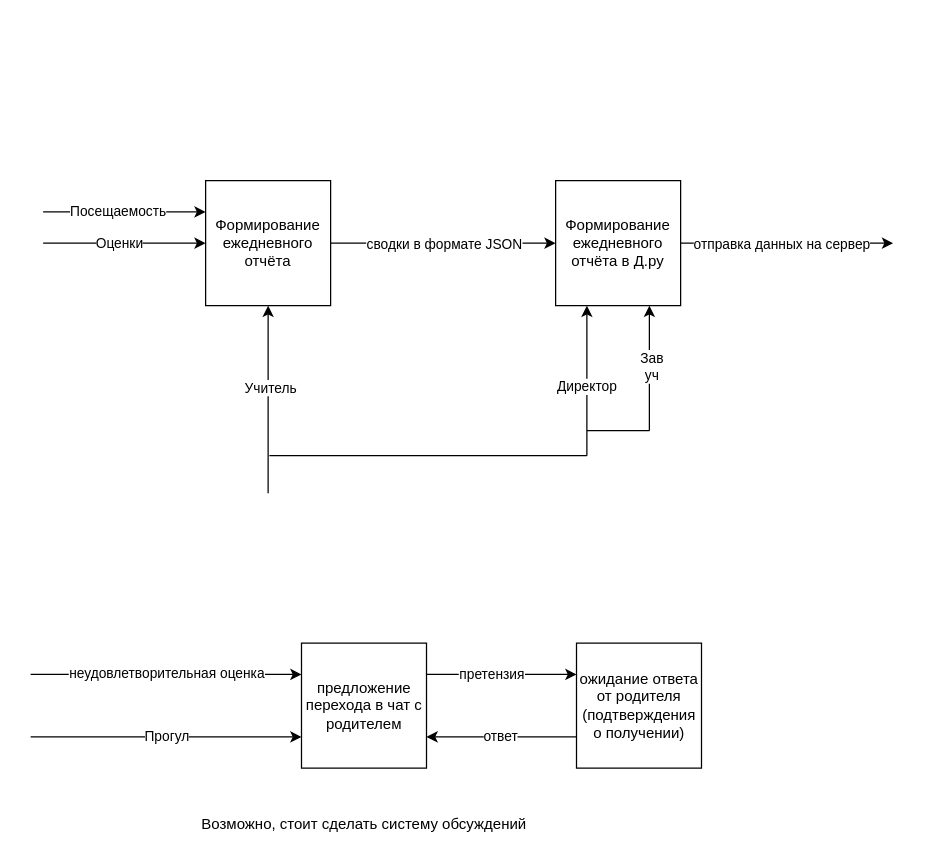
Earlier version of the draw.io diagram Диаграмма без названия.drawio (DestructibleCoder/T-Bank). Source tidied: cells renumbered, new cells numbered last; positions are measured from the earlier drawing's top-left corner, leaving out a move shared by most shapes. Both pictures are drawn from the tidied source at 125%, with x=0, y=0 at pixel (30, 180).
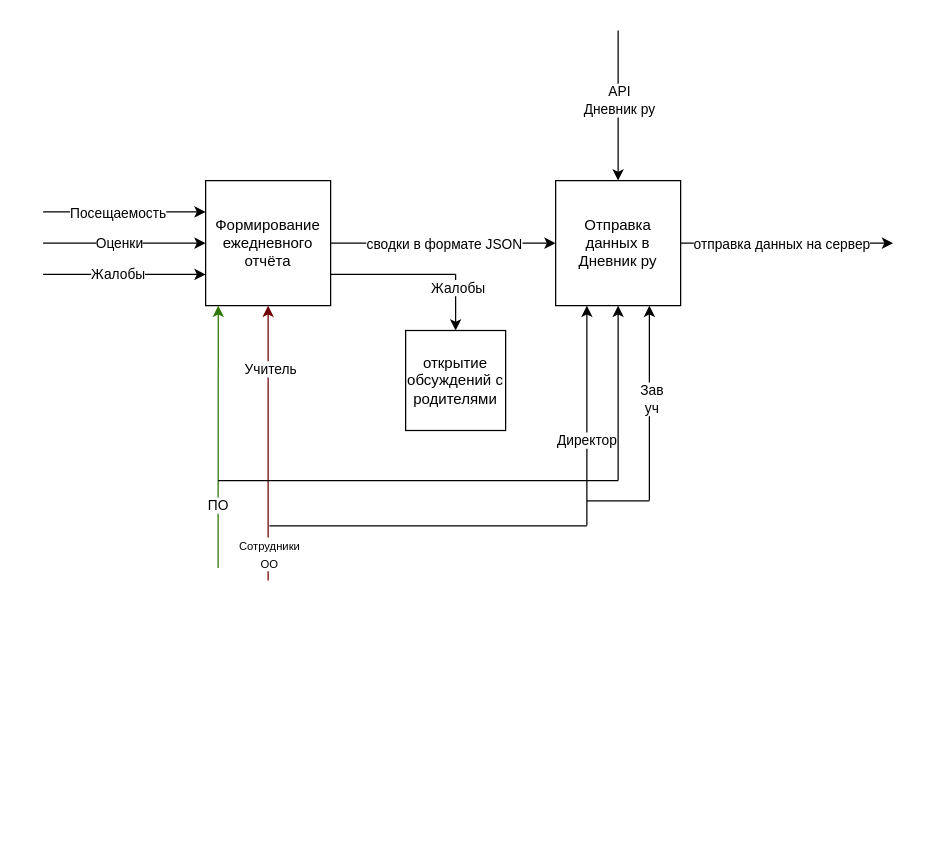
The same page after the edit.

The change refers to these unchanged cells:
```xml
<mxCell id="2" value="Формирование ежедневного отчёта" style="whiteSpace=wrap;html=1;" parent="1" vertex="1">
  <mxGeometry x="140" width="100" height="100" as="geometry" />
</mxCell>
```

Diff of the diagram source:
```diff
@@
-    <mxCell id="3" value="Формирование ежедневного отчёта в Д.ру" style="whiteSpace=wrap;html=1;" parent="1" vertex="1">
+    <mxCell id="3" value="Отправка данных в Дневник ру" style="whiteSpace=wrap;html=1;" parent="1" vertex="1">
       <mxGeometry x="420" width="100" height="100" as="geometry" />
     </mxCell>
@@
-    <mxCell id="10" style="endArrow=classic;html=1;rounded=0;entryX=0.5;entryY=1;entryDx=0;entryDy=0;" parent="1" edge="1" target="2">
+    <mxCell id="10" style="endArrow=classic;html=1;rounded=0;entryX=0.5;entryY=1;entryDx=0;entryDy=0;fillColor=#a20025;strokeColor=light-dark(#6F0000,#FF0000);" parent="1" edge="1" target="2">
       <mxGeometry relative="1" as="geometry">
-        <mxPoint x="190" y="250" as="sourcePoint" />
+        <mxPoint x="190" y="319.9" as="sourcePoint" />
       </mxGeometry>
     </mxCell>
     <mxCell id="11" value="Учитель" style="edgeLabel;html=1;align=center;verticalAlign=middle;" parent="10" vertex="1">
-      <mxGeometry x="0.13" y="-1" relative="1" as="geometry" />
+      <mxGeometry x="0.13" y="-1" relative="1" as="geometry">
+        <mxPoint y="-45" as="offset" />
+      </mxGeometry>
     </mxCell>
+    <mxCell id="31" value="&lt;div&gt;&lt;font style=&quot;font-size: 9px;&quot;&gt;Сотрудники&lt;/font&gt;&lt;/div&gt;&lt;div&gt;&lt;font style=&quot;font-size: 9px;&quot;&gt;ОО&lt;/font&gt;&lt;/div&gt;" style="edgeLabel;html=1;align=center;verticalAlign=middle;" parent="10" vertex="1">
+      <mxGeometry x="-0.8" relative="1" as="geometry">
+        <mxPoint y="1" as="offset" />
+      </mxGeometry>
+    </mxCell>
-    <mxCell id="12" style="endArrow=classic;html=1;rounded=0;entryX=0.25;entryY=1;entryDx=0;entryDy=0;" parent="1" edge="1" target="3">
+    <mxCell id="12" style="endArrow=classic;html=1;rounded=0;entryX=0.25;entryY=1;entryDx=0;entryDy=0;strokeColor=light-dark(#000000,#FF0000);" parent="1" edge="1" target="3">
       <mxGeometry relative="1" as="geometry">
-        <mxPoint x="445" y="220" as="sourcePoint" />
+        <mxPoint x="445" y="275.9" as="sourcePoint" />
       </mxGeometry>
     </mxCell>
     <mxCell id="13" value="Директор" style="edgeLabel;html=1;align=center;verticalAlign=middle;" parent="12" vertex="1">
-      <mxGeometry x="-0.06" y="1" relative="1" as="geometry" />
+      <mxGeometry x="-0.06" y="1" relative="1" as="geometry">
+        <mxPoint y="15" as="offset" />
+      </mxGeometry>
     </mxCell>
-    <mxCell id="14" style="endArrow=none;html=1;rounded=0;" parent="1" edge="1">
+    <mxCell id="14" style="endArrow=none;html=1;rounded=0;strokeColor=light-dark(#000000,#FF0000);" parent="1" edge="1">
       <mxGeometry relative="1" as="geometry">
-        <mxPoint x="445" y="220" as="sourcePoint" />
-        <mxPoint x="191" y="220" as="targetPoint" />
+        <mxPoint x="445" y="276.1" as="sourcePoint" />
+        <mxPoint x="191" y="276.1" as="targetPoint" />
         <Array as="points">
-          <mxPoint x="320" y="220" />
+          <mxPoint x="320" y="276.1" />
         </Array>
       </mxGeometry>
     </mxCell>
-    <mxCell id="15" style="endArrow=none;html=1;rounded=0;" parent="1" edge="1">
+    <mxCell id="15" style="endArrow=none;html=1;rounded=0;strokeColor=light-dark(#000000,#FF0000);" parent="1" edge="1">
       <mxGeometry relative="1" as="geometry">
-        <mxPoint x="445" y="200" as="sourcePoint" />
-        <mxPoint x="495" y="200" as="targetPoint" />
+        <mxPoint x="445" y="256.1" as="sourcePoint" />
+        <mxPoint x="495" y="256.1" as="targetPoint" />
         <Array as="points">
-          <mxPoint x="465" y="200" />
+          <mxPoint x="465" y="256.1" />
         </Array>
       </mxGeometry>
     </mxCell>
-    <mxCell id="16" style="endArrow=classic;html=1;rounded=0;entryX=0.75;entryY=1;entryDx=0;entryDy=0;" parent="1" edge="1" target="3">
+    <mxCell id="16" style="endArrow=classic;html=1;rounded=0;entryX=0.75;entryY=1;entryDx=0;entryDy=0;strokeColor=light-dark(#000000,#FF0000);" parent="1" edge="1" target="3">
       <mxGeometry relative="1" as="geometry">
-        <mxPoint x="495" y="200" as="sourcePoint" />
+        <mxPoint x="495" y="255.9" as="sourcePoint" />
       </mxGeometry>
     </mxCell>
@@
-    <mxCell id="20" value="предложение перехода в чат с родителем" style="whiteSpace=wrap;html=1;" parent="1" vertex="1">
-      <mxGeometry x="216.7" y="370" width="100" height="100" as="geometry" />
-    </mxCell>
-    <mxCell id="21" style="endArrow=classic;html=1;rounded=0;entryX=0;entryY=0.25;entryDx=0;entryDy=0;" parent="1" edge="1" target="20">
-      <mxGeometry relative="1" as="geometry">
-        <mxPoint y="395" as="sourcePoint" />
-      </mxGeometry>
-    </mxCell>
-    <mxCell id="22" value="неудовлетворительная оценка" style="edgeLabel;html=1;align=center;verticalAlign=middle;" parent="21" vertex="1">
-      <mxGeometry x="-0.47" y="-1" relative="1" as="geometry">
-        <mxPoint x="51" y="-3" as="offset" />
-      </mxGeometry>
-    </mxCell>
-    <mxCell id="23" style="endArrow=classic;html=1;rounded=0;entryX=0;entryY=0.75;entryDx=0;entryDy=0;" parent="1" edge="1" target="20">
-      <mxGeometry relative="1" as="geometry">
-        <mxPoint y="445" as="sourcePoint" />
-      </mxGeometry>
-    </mxCell>
-    <mxCell id="24" value="Прогул" style="edgeLabel;html=1;align=center;verticalAlign=middle;" parent="23" vertex="1">
-      <mxGeometry x="-0.17" y="-2" relative="1" as="geometry">
-        <mxPoint x="18" y="-3" as="offset" />
-      </mxGeometry>
-    </mxCell>
-    <mxCell id="25" style="endArrow=classic;html=1;rounded=0;exitX=1;exitY=0.25;exitDx=0;exitDy=0;" parent="1" edge="1" source="20">
-      <mxGeometry relative="1" as="geometry">
-        <mxPoint x="436.7" y="395" as="targetPoint" />
-      </mxGeometry>
-    </mxCell>
-    <mxCell id="26" value="претензия" style="edgeLabel;html=1;align=center;verticalAlign=middle;" parent="25" vertex="1">
-      <mxGeometry x="-0.13" y="1" relative="1" as="geometry" />
-    </mxCell>
-    <mxCell id="27" style="endArrow=classic;html=1;rounded=0;entryX=1;entryY=0.75;entryDx=0;entryDy=0;" parent="1" edge="1" target="20">
-      <mxGeometry relative="1" as="geometry">
-        <mxPoint x="436.7" y="445" as="sourcePoint" />
-      </mxGeometry>
-    </mxCell>
-    <mxCell id="28" value="ответ" style="edgeLabel;html=1;align=center;verticalAlign=middle;" parent="27" vertex="1">
-      <mxGeometry x="0.23" y="2" relative="1" as="geometry">
-        <mxPoint x="13" y="-3" as="offset" />
-      </mxGeometry>
-    </mxCell>
-    <mxCell id="29" value="ожидание ответа от родителя (подтверждения о получении)" style="whiteSpace=wrap;html=1;" parent="1" vertex="1">
-      <mxGeometry x="436.7" y="370" width="100" height="100" as="geometry" />
-    </mxCell>
-    <mxCell id="30" value="Возможно, стоит сделать систему обсуждений" style="text;html=1;align=center;verticalAlign=middle;whiteSpace=wrap;rounded=0;" parent="1" vertex="1">
-      <mxGeometry x="131.7" y="500" width="270" height="30" as="geometry" />
-    </mxCell>
+    <mxCell id="32" style="endArrow=classic;html=1;rounded=0;entryX=0.101;entryY=1;entryDx=0;entryDy=0;entryPerimeter=0;fillColor=#60a917;strokeColor=light-dark(#2D7600,#09B12B);" parent="1" edge="1" target="2">
+      <mxGeometry relative="1" as="geometry">
+        <mxPoint x="150" y="309.9" as="sourcePoint" />
+      </mxGeometry>
+    </mxCell>
+    <mxCell id="33" value="ПО" style="edgeLabel;html=1;align=center;verticalAlign=middle;" parent="32" vertex="1">
+      <mxGeometry x="-0.02" y="1" relative="1" as="geometry">
+        <mxPoint y="53" as="offset" />
+      </mxGeometry>
+    </mxCell>
+    <mxCell id="34" style="endArrow=classic;html=1;rounded=0;entryX=0.5;entryY=1;entryDx=0;entryDy=0;strokeColor=light-dark(#000000,#09B12B);" parent="1" edge="1" target="3">
+      <mxGeometry relative="1" as="geometry">
+        <mxPoint x="470" y="239.9" as="sourcePoint" />
+      </mxGeometry>
+    </mxCell>
+    <mxCell id="35" style="endArrow=none;html=1;rounded=0;strokeColor=light-dark(#000000,#09B12B);" parent="1" edge="1">
+      <mxGeometry relative="1" as="geometry">
+        <mxPoint x="150" y="239.9" as="sourcePoint" />
+        <mxPoint x="470" y="239.9" as="targetPoint" />
+      </mxGeometry>
+    </mxCell>
+    <mxCell id="36" style="endArrow=classic;html=1;rounded=0;entryX=0.5;entryY=0;entryDx=0;entryDy=0;" parent="1" edge="1" target="3">
+      <mxGeometry relative="1" as="geometry">
+        <mxPoint x="470" y="-120.1" as="sourcePoint" />
+      </mxGeometry>
+    </mxCell>
+    <mxCell id="37" value="&lt;div&gt;API&lt;/div&gt;&lt;div&gt;Дневник ру&lt;/div&gt;" style="edgeLabel;html=1;align=center;verticalAlign=middle;" parent="36" vertex="1">
+      <mxGeometry x="0.29" y="-1" relative="1" as="geometry">
+        <mxPoint x="1" y="-21" as="offset" />
+      </mxGeometry>
+    </mxCell>
+    <mxCell id="38" style="endArrow=classic;html=1;rounded=0;entryX=0;entryY=0.75;entryDx=0;entryDy=0;" parent="1" edge="1" target="2">
+      <mxGeometry relative="1" as="geometry">
+        <mxPoint x="10" y="74.9" as="sourcePoint" />
+      </mxGeometry>
+    </mxCell>
+    <mxCell id="39" value="Жалобы" style="edgeLabel;html=1;align=center;verticalAlign=middle;" parent="38" vertex="1">
+      <mxGeometry x="-0.27" relative="1" as="geometry">
+        <mxPoint x="13" as="offset" />
+      </mxGeometry>
+    </mxCell>
+    <mxCell id="40" style="endArrow=none;html=1;rounded=0;exitX=1;exitY=0.75;exitDx=0;exitDy=0;" parent="1" edge="1" source="2">
+      <mxGeometry relative="1" as="geometry">
+        <mxPoint x="340" y="74.9" as="targetPoint" />
+      </mxGeometry>
+    </mxCell>
+    <mxCell id="41" value="открытие обсуждений с родителями" style="whiteSpace=wrap;html=1;" parent="1" vertex="1">
+      <mxGeometry x="300" y="119.9" width="80" height="80" as="geometry" />
+    </mxCell>
+    <mxCell id="42" style="endArrow=classic;html=1;rounded=0;entryX=0.5;entryY=0;entryDx=0;entryDy=0;" parent="1" edge="1" target="41">
+      <mxGeometry relative="1" as="geometry">
+        <mxPoint x="340" y="74.9" as="sourcePoint" />
+      </mxGeometry>
+    </mxCell>
+    <mxCell id="43" value="Жалобы" style="edgeLabel;html=1;align=center;verticalAlign=middle;" parent="42" vertex="1">
+      <mxGeometry x="-0.52" y="1" relative="1" as="geometry" />
+    </mxCell>
```
